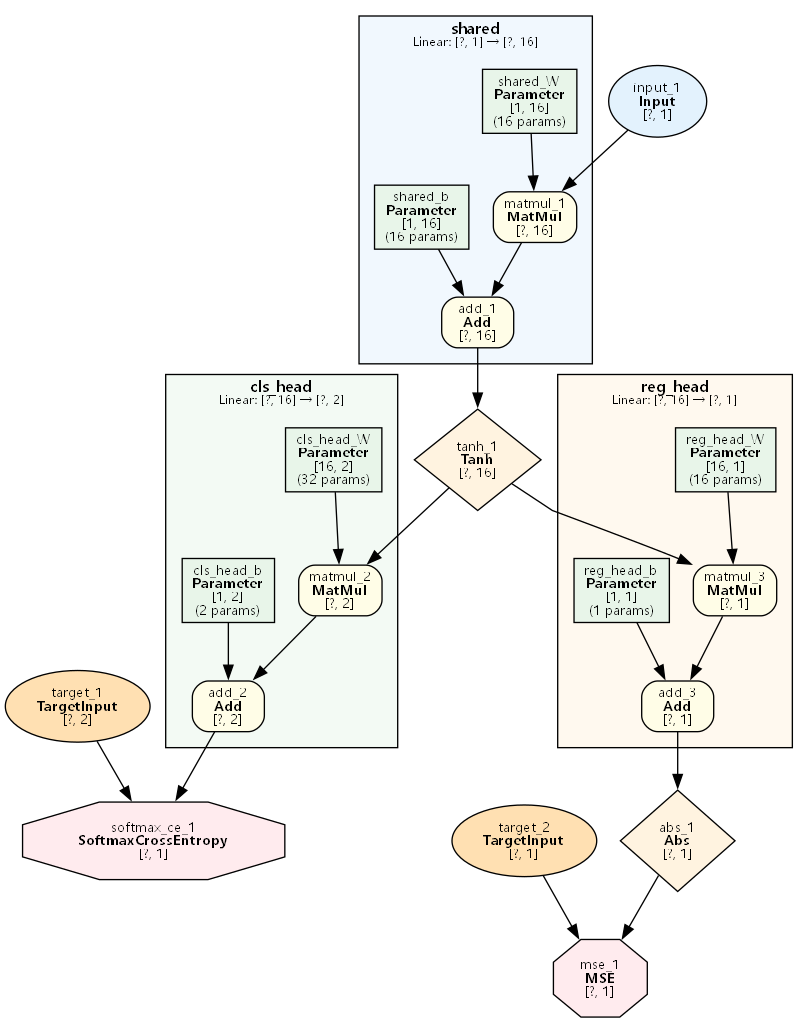
Earlier version of the Graphviz export examples/dual_output_classify/dual_output_classify.png (dbsxdbsx/only_torch). Its source is kept beside it as examples/dual_output_classify/dual_output_classify.dot.
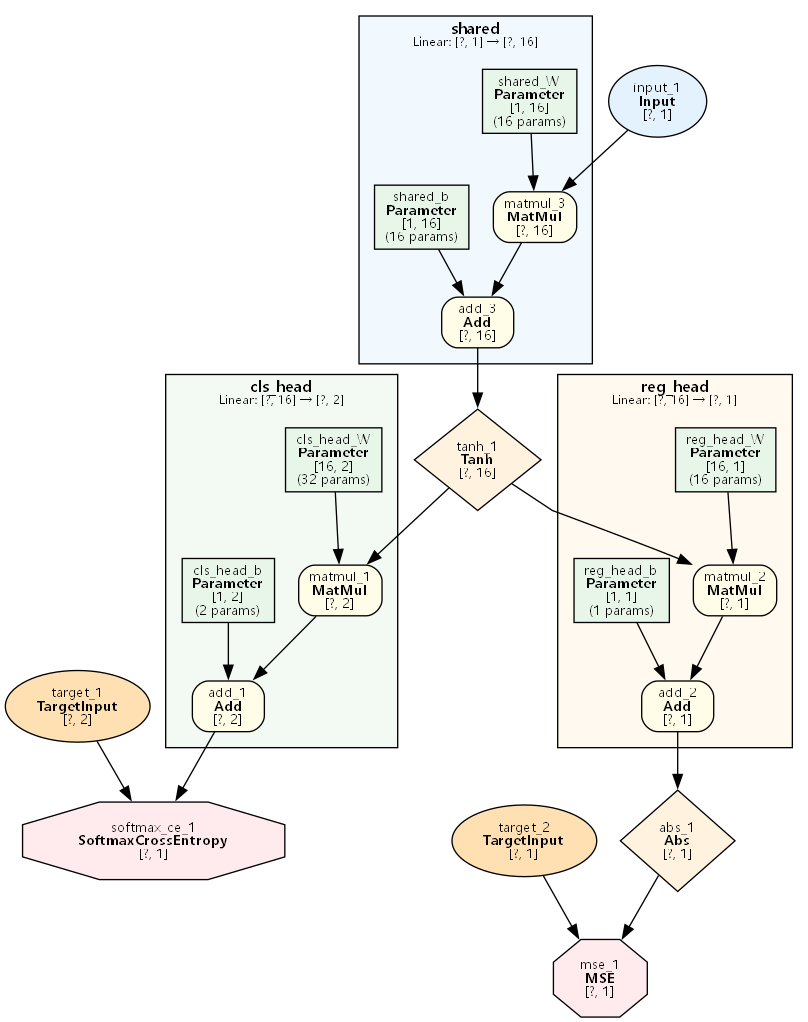
The same diagram one commit later.

Change to the diagram source:
```diff
@@ -12,10 +12,10 @@
         fontname="Microsoft YaHei,SimHei,Arial";
         fontsize=11;
         margin=12;
-            "195189" [label=<add_1<BR/><B>Add</B><BR/>[?, 16]> shape=box style="filled,rounded" fillcolor="#FFFDE7" fontsize=10];
-            "195188" [label=<matmul_1<BR/><B>MatMul</B><BR/>[?, 16]> shape=box style="filled,rounded" fillcolor="#FFFDE7" fontsize=10];
-            "2" [label=<shared_b<BR/><B>Parameter</B><BR/>[1, 16]<BR/>(16 params)> shape=box style=filled fillcolor="#E8F5E9" fontsize=10];
-            "1" [label=<shared_W<BR/><B>Parameter</B><BR/>[1, 16]<BR/>(16 params)> shape=box style=filled fillcolor="#E8F5E9" fontsize=10];
+            "14" [label=<add_3<BR/><B>Add</B><BR/>[?, 16]> shape=box style="filled,rounded" fillcolor="#FFFDE7" fontsize=10];
+            "16" [label=<matmul_3<BR/><B>MatMul</B><BR/>[?, 16]> shape=box style="filled,rounded" fillcolor="#FFFDE7" fontsize=10];
+            "17" [label=<shared_b<BR/><B>Parameter</B><BR/>[1, 16]<BR/>(16 params)> shape=box style=filled fillcolor="#E8F5E9" fontsize=10];
+            "19" [label=<shared_W<BR/><B>Parameter</B><BR/>[1, 16]<BR/>(16 params)> shape=box style=filled fillcolor="#E8F5E9" fontsize=10];
     }
 
     subgraph cluster_cls_head {
@@ -25,10 +25,10 @@
         fontname="Microsoft YaHei,SimHei,Arial";
         fontsize=11;
         margin=12;
-            "195192" [label=<add_2<BR/><B>Add</B><BR/>[?, 2]> shape=box style="filled,rounded" fillcolor="#FFFDE7" fontsize=10];
-            "195191" [label=<matmul_2<BR/><B>MatMul</B><BR/>[?, 2]> shape=box style="filled,rounded" fillcolor="#FFFDE7" fontsize=10];
-            "4" [label=<cls_head_b<BR/><B>Parameter</B><BR/>[1, 2]<BR/>(2 params)> shape=box style=filled fillcolor="#E8F5E9" fontsize=10];
-            "3" [label=<cls_head_W<BR/><B>Parameter</B><BR/>[16, 2]<BR/>(32 params)> shape=box style=filled fillcolor="#E8F5E9" fontsize=10];
+            "3" [label=<add_1<BR/><B>Add</B><BR/>[?, 2]> shape=box style="filled,rounded" fillcolor="#FFFDE7" fontsize=10];
+            "7" [label=<matmul_1<BR/><B>MatMul</B><BR/>[?, 2]> shape=box style="filled,rounded" fillcolor="#FFFDE7" fontsize=10];
+            "8" [label=<cls_head_b<BR/><B>Parameter</B><BR/>[1, 2]<BR/>(2 params)> shape=box style=filled fillcolor="#E8F5E9" fontsize=10];
+            "11" [label=<cls_head_W<BR/><B>Parameter</B><BR/>[16, 2]<BR/>(32 params)> shape=box style=filled fillcolor="#E8F5E9" fontsize=10];
     }
 
     subgraph cluster_reg_head {
@@ -38,36 +38,36 @@
         fontname="Microsoft YaHei,SimHei,Arial";
         fontsize=11;
         margin=12;
-            "195194" [label=<add_3<BR/><B>Add</B><BR/>[?, 1]> shape=box style="filled,rounded" fillcolor="#FFFDE7" fontsize=10];
-            "195193" [label=<matmul_3<BR/><B>MatMul</B><BR/>[?, 1]> shape=box style="filled,rounded" fillcolor="#FFFDE7" fontsize=10];
-            "6" [label=<reg_head_b<BR/><B>Parameter</B><BR/>[1, 1]<BR/>(1 params)> shape=box style=filled fillcolor="#E8F5E9" fontsize=10];
-            "5" [label=<reg_head_W<BR/><B>Parameter</B><BR/>[16, 1]<BR/>(16 params)> shape=box style=filled fillcolor="#E8F5E9" fontsize=10];
+            "9" [label=<add_2<BR/><B>Add</B><BR/>[?, 1]> shape=box style="filled,rounded" fillcolor="#FFFDE7" fontsize=10];
+            "12" [label=<matmul_2<BR/><B>MatMul</B><BR/>[?, 1]> shape=box style="filled,rounded" fillcolor="#FFFDE7" fontsize=10];
+            "13" [label=<reg_head_b<BR/><B>Parameter</B><BR/>[1, 1]<BR/>(1 params)> shape=box style=filled fillcolor="#E8F5E9" fontsize=10];
+            "15" [label=<reg_head_W<BR/><B>Parameter</B><BR/>[16, 1]<BR/>(16 params)> shape=box style=filled fillcolor="#E8F5E9" fontsize=10];
     }
 
-    "195197" [label=<softmax_ce_1<BR/><B>SoftmaxCrossEntropy</B><BR/>[?, 1]> shape=octagon style=filled fillcolor="#FFEBEE" fontsize=10];
-    "195199" [label=<mse_1<BR/><B>MSE</B><BR/>[?, 1]> shape=octagon style=filled fillcolor="#FFEBEE" fontsize=10];
-    "195196" [label=<target_1<BR/><B>TargetInput</B><BR/>[?, 2]> shape=ellipse style=filled fillcolor="#FFE0B2" fontsize=10];
-    "195195" [label=<abs_1<BR/><B>Abs</B><BR/>[?, 1]> shape=diamond style=filled fillcolor="#FFF3E0" fontsize=10];
-    "195198" [label=<target_2<BR/><B>TargetInput</B><BR/>[?, 1]> shape=ellipse style=filled fillcolor="#FFE0B2" fontsize=10];
-    "195190" [label=<tanh_1<BR/><B>Tanh</B><BR/>[?, 16]> shape=diamond style=filled fillcolor="#FFF3E0" fontsize=10];
-    "195187" [label=<input_1<BR/><B>Input</B><BR/>[?, 1]> shape=ellipse style=filled fillcolor="#E3F2FD" fontsize=10];
+    "1" [label=<softmax_ce_1<BR/><B>SoftmaxCrossEntropy</B><BR/>[?, 1]> shape=octagon style=filled fillcolor="#FFEBEE" fontsize=10];
+    "2" [label=<mse_1<BR/><B>MSE</B><BR/>[?, 1]> shape=octagon style=filled fillcolor="#FFEBEE" fontsize=10];
+    "4" [label=<target_1<BR/><B>TargetInput</B><BR/>[?, 2]> shape=ellipse style=filled fillcolor="#FFE0B2" fontsize=10];
+    "5" [label=<abs_1<BR/><B>Abs</B><BR/>[?, 1]> shape=diamond style=filled fillcolor="#FFF3E0" fontsize=10];
+    "6" [label=<target_2<BR/><B>TargetInput</B><BR/>[?, 1]> shape=ellipse style=filled fillcolor="#FFE0B2" fontsize=10];
+    "10" [label=<tanh_1<BR/><B>Tanh</B><BR/>[?, 16]> shape=diamond style=filled fillcolor="#FFF3E0" fontsize=10];
+    "18" [label=<input_1<BR/><B>Input</B><BR/>[?, 1]> shape=ellipse style=filled fillcolor="#E3F2FD" fontsize=10];
 
-    "195192" -> "195197";
-    "195196" -> "195197";
-    "195195" -> "195199";
-    "195198" -> "195199";
-    "195191" -> "195192";
-    "4" -> "195192";
-    "195194" -> "195195";
-    "195190" -> "195191";
-    "3" -> "195191";
-    "195193" -> "195194";
-    "6" -> "195194";
-    "195189" -> "195190";
-    "195190" -> "195193";
-    "5" -> "195193";
-    "195188" -> "195189";
-    "2" -> "195189";
-    "195187" -> "195188";
-    "1" -> "195188";
+    "3" -> "1";
+    "4" -> "1";
+    "5" -> "2";
+    "6" -> "2";
+    "7" -> "3";
+    "8" -> "3";
+    "9" -> "5";
+    "10" -> "7";
+    "11" -> "7";
+    "12" -> "9";
+    "13" -> "9";
+    "14" -> "10";
+    "10" -> "12";
+    "15" -> "12";
+    "16" -> "14";
+    "17" -> "14";
+    "18" -> "16";
+    "19" -> "16";
 }
```
